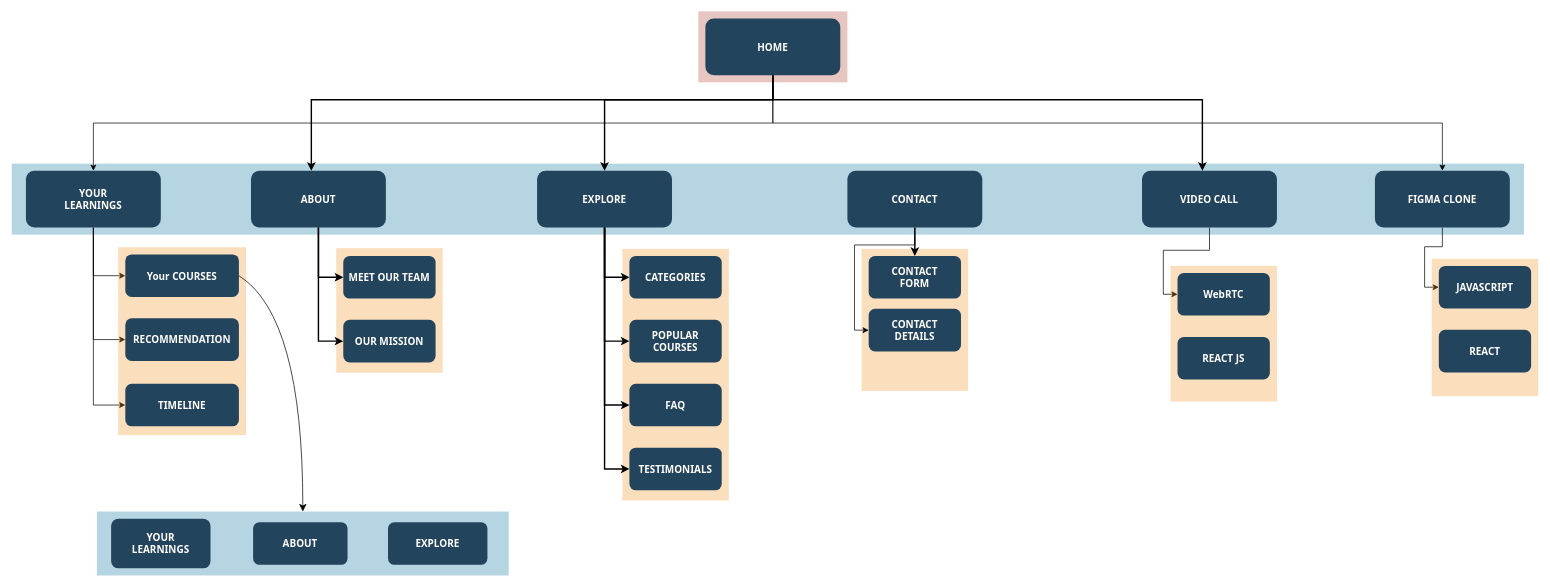
The draw.io diagram Sitemap.drawio in ayush-ranjan07/DynamiX, before the edit. Source tidied: cells renumbered, new cells numbered last; positions are measured from the earlier drawing's top-left corner, leaving out a move shared by most shapes. Both pictures are drawn from the tidied source at 71%, with x=0, y=0 at pixel (11, 11).
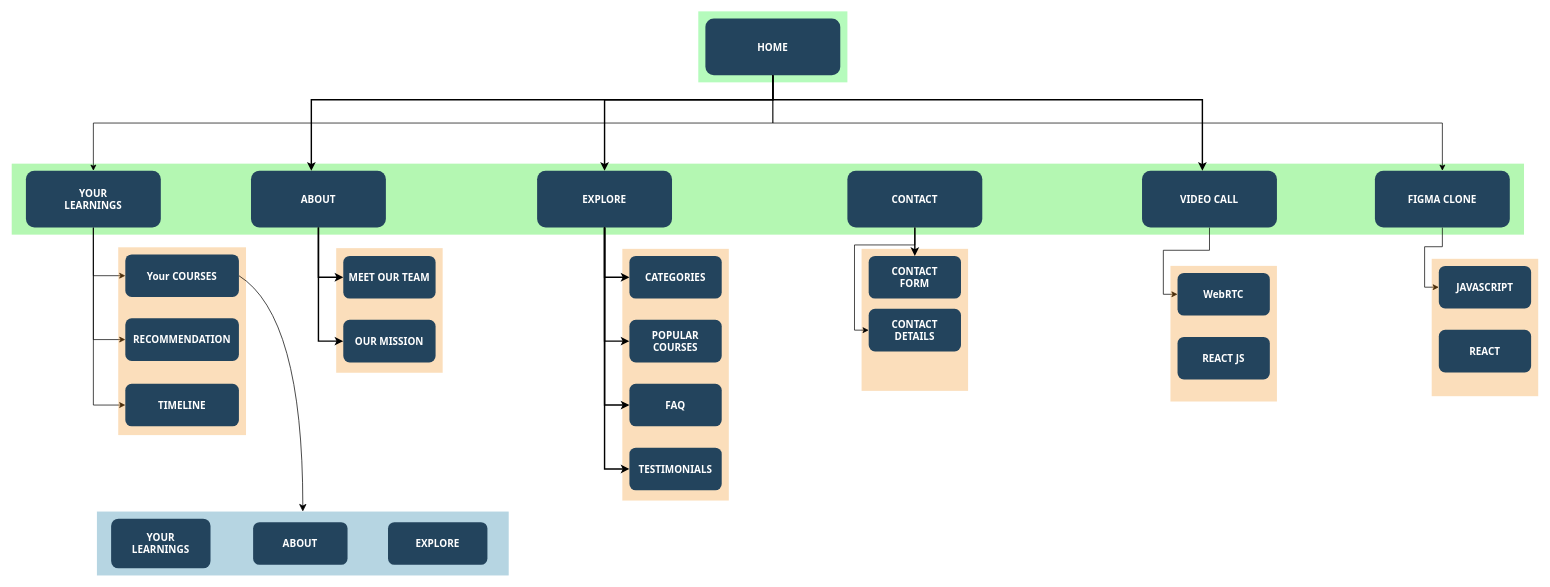
After the change.

Diff of the diagram source:
```diff
@@
-    <mxCell id="2" style="fillColor=#AE4132;strokeColor=none;opacity=30;" parent="1" vertex="1">
+    <mxCell id="2" style="fillColor=#0AF221;strokeColor=none;opacity=30;" parent="1" vertex="1">
       <mxGeometry x="967" y="-0.5" width="210" height="100" as="geometry" />
     </mxCell>
-    <mxCell id="3" style="fillColor=#10739E;strokeColor=none;opacity=30;" parent="1" vertex="1">
+    <mxCell id="3" style="fillColor=#07E300;strokeColor=none;opacity=30;" parent="1" vertex="1">
       <mxGeometry y="214" width="2130" height="100" as="geometry" />
     </mxCell>
```
